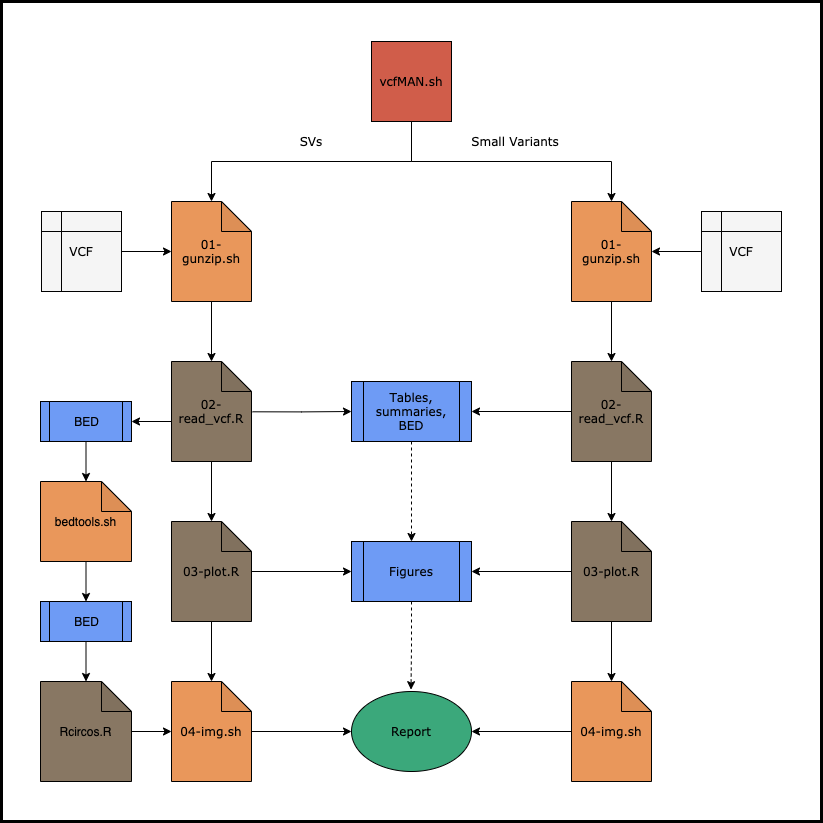
Before: example_figures/flowchart.png, a diagram exported from draw.io (mattssca/vcfMAN). Source tidied: cells renumbered, new cells last; positions are measured from the earlier drawing's top-left corner, leaving out a move shared by most shapes. The source it was exported from:
```xml
<mxGraphModel>
  <root>
    <mxCell id="0" />
    <mxCell id="1" parent="0" />
    <mxCell id="2" style="edgeStyle=orthogonalEdgeStyle;rounded=0;jettySize=auto;html=1;exitX=0.5;exitY=1;exitDx=0;exitDy=0;exitPerimeter=0;entryX=0.5;entryY=0;entryDx=0;entryDy=0;entryPerimeter=0;fontFamily=Verdana;" parent="1" edge="1" source="3" target="11">
      <mxGeometry relative="1" as="geometry" />
    </mxCell>
    <mxCell id="3" value="01-gunzip.sh" style="shape=note;whiteSpace=wrap;html=1;backgroundOutline=1;darkOpacity=0.05;fillColor=#e9975b;fontFamily=Verdana;" parent="1" vertex="1">
      <mxGeometry x="170" y="200" width="80" height="100" as="geometry" />
    </mxCell>
    <mxCell id="4" style="edgeStyle=orthogonalEdgeStyle;rounded=0;jettySize=auto;html=1;exitX=0.5;exitY=1;exitDx=0;exitDy=0;exitPerimeter=0;entryX=0.5;entryY=0;entryDx=0;entryDy=0;entryPerimeter=0;fontFamily=Verdana;" parent="1" edge="1" source="5" target="14">
      <mxGeometry relative="1" as="geometry" />
    </mxCell>
    <mxCell id="5" value="01-gunzip.sh" style="shape=note;whiteSpace=wrap;html=1;backgroundOutline=1;darkOpacity=0.05;fillColor=#e9975b;fontFamily=Verdana;" parent="1" vertex="1">
      <mxGeometry x="570" y="200" width="80" height="100" as="geometry" />
    </mxCell>
    <mxCell id="6" value="SVs" style="text;html=1;strokeColor=none;fillColor=none;align=center;verticalAlign=middle;whiteSpace=wrap;rounded=0;fontFamily=Verdana;" parent="1" vertex="1">
      <mxGeometry x="290" y="130" width="40" height="20" as="geometry" />
    </mxCell>
    <mxCell id="7" value="Small Variants" style="text;html=1;strokeColor=none;fillColor=none;align=center;verticalAlign=middle;whiteSpace=wrap;rounded=0;fontFamily=Verdana;" parent="1" vertex="1">
      <mxGeometry x="464" y="130" width="100" height="20" as="geometry" />
    </mxCell>
    <mxCell id="8" style="edgeStyle=orthogonalEdgeStyle;rounded=0;jettySize=auto;html=1;exitX=0.5;exitY=1;exitDx=0;exitDy=0;exitPerimeter=0;entryX=0.5;entryY=0;entryDx=0;entryDy=0;entryPerimeter=0;fontFamily=Verdana;" parent="1" edge="1" source="11" target="17">
      <mxGeometry relative="1" as="geometry" />
    </mxCell>
    <mxCell id="9" style="edgeStyle=orthogonalEdgeStyle;rounded=0;jettySize=auto;html=1;exitX=1.013;exitY=0.503;exitDx=0;exitDy=0;exitPerimeter=0;entryX=0;entryY=0.5;entryDx=0;entryDy=0;fontFamily=Verdana;" parent="1" edge="1" source="11" target="22">
      <mxGeometry relative="1" as="geometry" />
    </mxCell>
    <mxCell id="10" style="edgeStyle=orthogonalEdgeStyle;rounded=0;jettySize=auto;html=1;exitX=0;exitY=0.5;exitDx=0;exitDy=0;exitPerimeter=0;entryX=1;entryY=0.5;entryDx=0;entryDy=0;" parent="1" edge="1" source="11" target="38">
      <mxGeometry relative="1" as="geometry">
        <Array as="points">
          <mxPoint x="170" y="420" />
        </Array>
      </mxGeometry>
    </mxCell>
    <mxCell id="11" value="02-read_vcf.R" style="shape=note;whiteSpace=wrap;html=1;backgroundOutline=1;darkOpacity=0.05;fillColor=#887763;fontFamily=Verdana;" parent="1" vertex="1">
      <mxGeometry x="170" y="360" width="80" height="100" as="geometry" />
    </mxCell>
    <mxCell id="12" style="edgeStyle=orthogonalEdgeStyle;rounded=0;jettySize=auto;html=1;exitX=0.5;exitY=1;exitDx=0;exitDy=0;exitPerimeter=0;entryX=0.5;entryY=0;entryDx=0;entryDy=0;entryPerimeter=0;fontFamily=Verdana;" parent="1" edge="1" source="14" target="20">
      <mxGeometry relative="1" as="geometry" />
    </mxCell>
    <mxCell id="13" style="edgeStyle=orthogonalEdgeStyle;rounded=0;jettySize=auto;html=1;exitX=0;exitY=0.5;exitDx=0;exitDy=0;exitPerimeter=0;entryX=1;entryY=0.5;entryDx=0;entryDy=0;fontFamily=Verdana;" parent="1" edge="1" source="14" target="22">
      <mxGeometry relative="1" as="geometry" />
    </mxCell>
    <mxCell id="14" value="02-read_vcf.R" style="shape=note;whiteSpace=wrap;html=1;backgroundOutline=1;darkOpacity=0.05;fillColor=#887763;fontFamily=Verdana;" parent="1" vertex="1">
      <mxGeometry x="570" y="360" width="80" height="100" as="geometry" />
    </mxCell>
    <mxCell id="15" style="edgeStyle=orthogonalEdgeStyle;rounded=0;jettySize=auto;html=1;exitX=1;exitY=0.5;exitDx=0;exitDy=0;exitPerimeter=0;entryX=0;entryY=0.5;entryDx=0;entryDy=0;fontFamily=Verdana;" parent="1" edge="1" source="17" target="24">
      <mxGeometry relative="1" as="geometry" />
    </mxCell>
    <mxCell id="16" style="edgeStyle=orthogonalEdgeStyle;rounded=0;jettySize=auto;html=1;exitX=0.5;exitY=1;exitDx=0;exitDy=0;exitPerimeter=0;entryX=0.5;entryY=0;entryDx=0;entryDy=0;entryPerimeter=0;fontFamily=Verdana;" parent="1" edge="1" source="17" target="34">
      <mxGeometry relative="1" as="geometry" />
    </mxCell>
    <mxCell id="17" value="03-plot.R" style="shape=note;whiteSpace=wrap;html=1;backgroundOutline=1;darkOpacity=0.05;fillColor=#887763;fontFamily=Verdana;" parent="1" vertex="1">
      <mxGeometry x="170" y="520" width="80" height="100" as="geometry" />
    </mxCell>
    <mxCell id="18" style="edgeStyle=orthogonalEdgeStyle;rounded=0;jettySize=auto;html=1;exitX=0;exitY=0.5;exitDx=0;exitDy=0;exitPerimeter=0;entryX=1;entryY=0.5;entryDx=0;entryDy=0;fontFamily=Verdana;" parent="1" edge="1" source="20" target="24">
      <mxGeometry relative="1" as="geometry" />
    </mxCell>
    <mxCell id="19" style="edgeStyle=orthogonalEdgeStyle;rounded=0;jettySize=auto;html=1;exitX=0.5;exitY=1;exitDx=0;exitDy=0;exitPerimeter=0;entryX=0.5;entryY=0;entryDx=0;entryDy=0;entryPerimeter=0;fontFamily=Verdana;fontColor=#000000;" parent="1" edge="1" source="20" target="36">
      <mxGeometry relative="1" as="geometry" />
    </mxCell>
    <mxCell id="20" value="03-plot.R" style="shape=note;whiteSpace=wrap;html=1;backgroundOutline=1;darkOpacity=0.05;fillColor=#887763;fontFamily=Verdana;" parent="1" vertex="1">
      <mxGeometry x="570" y="520" width="80" height="100" as="geometry" />
    </mxCell>
    <mxCell id="21" style="edgeStyle=orthogonalEdgeStyle;rounded=0;jettySize=auto;html=1;exitX=0.5;exitY=1;exitDx=0;exitDy=0;entryX=0.5;entryY=0;entryDx=0;entryDy=0;dashed=1;fontFamily=Verdana;" parent="1" edge="1" source="22" target="24">
      <mxGeometry relative="1" as="geometry" />
    </mxCell>
    <mxCell id="22" value="Tables, summaries, BED" style="shape=process;whiteSpace=wrap;html=1;backgroundOutline=1;fillColor=#6E9BF5;fontFamily=Verdana;" parent="1" vertex="1">
      <mxGeometry x="350" y="380" width="120" height="60" as="geometry" />
    </mxCell>
    <mxCell id="23" style="edgeStyle=orthogonalEdgeStyle;rounded=0;jettySize=auto;html=1;exitX=0.5;exitY=1;exitDx=0;exitDy=0;entryX=0.496;entryY=-0.023;entryDx=0;entryDy=0;entryPerimeter=0;dashed=1;fontFamily=Verdana;" parent="1" edge="1" source="24" target="25">
      <mxGeometry relative="1" as="geometry" />
    </mxCell>
    <mxCell id="24" value="Figures" style="shape=process;whiteSpace=wrap;html=1;backgroundOutline=1;fillColor=#6E9BF5;fontFamily=Verdana;" parent="1" vertex="1">
      <mxGeometry x="350" y="540" width="120" height="60" as="geometry" />
    </mxCell>
    <mxCell id="25" value="Report" style="ellipse;whiteSpace=wrap;html=1;fillColor=#3BA87B;fontFamily=Verdana;" parent="1" vertex="1">
      <mxGeometry x="350" y="690" width="120" height="80" as="geometry" />
    </mxCell>
    <mxCell id="26" style="edgeStyle=orthogonalEdgeStyle;rounded=0;jettySize=auto;html=1;exitX=0.5;exitY=1;exitDx=0;exitDy=0;entryX=0.5;entryY=0;entryDx=0;entryDy=0;entryPerimeter=0;fontFamily=Verdana;" parent="1" edge="1" source="28" target="5">
      <mxGeometry relative="1" as="geometry" />
    </mxCell>
    <mxCell id="27" style="edgeStyle=orthogonalEdgeStyle;rounded=0;jettySize=auto;html=1;exitX=0.5;exitY=1;exitDx=0;exitDy=0;entryX=0.5;entryY=0;entryDx=0;entryDy=0;entryPerimeter=0;fontFamily=Verdana;" parent="1" edge="1" source="28" target="3">
      <mxGeometry relative="1" as="geometry" />
    </mxCell>
    <mxCell id="28" value="vcfMAN.sh" style="whiteSpace=wrap;html=1;fillColor=#d05d4a;fontFamily=Verdana;" parent="1" vertex="1">
      <mxGeometry x="370" y="40" width="80" height="80" as="geometry" />
    </mxCell>
    <mxCell id="29" style="edgeStyle=orthogonalEdgeStyle;rounded=0;jettySize=auto;html=1;exitX=1;exitY=0.5;exitDx=0;exitDy=0;entryX=0;entryY=0.5;entryDx=0;entryDy=0;entryPerimeter=0;fontFamily=Verdana;" parent="1" edge="1" source="30" target="3">
      <mxGeometry relative="1" as="geometry" />
    </mxCell>
    <mxCell id="30" value="VCF" style="shape=internalStorage;whiteSpace=wrap;html=1;backgroundOutline=1;fillColor=#f5f5f5;strokeColor=#000000;fontColor=#000000;fontFamily=Verdana;" parent="1" vertex="1">
      <mxGeometry x="40" y="210" width="80" height="80" as="geometry" />
    </mxCell>
    <mxCell id="31" style="edgeStyle=orthogonalEdgeStyle;rounded=0;jettySize=auto;html=1;exitX=0;exitY=0.5;exitDx=0;exitDy=0;fontFamily=Verdana;" parent="1" edge="1" source="32" target="5">
      <mxGeometry relative="1" as="geometry" />
    </mxCell>
    <mxCell id="32" value="VCF" style="shape=internalStorage;whiteSpace=wrap;html=1;backgroundOutline=1;fillColor=#f5f5f5;strokeColor=#000000;fontColor=#000000;fontFamily=Verdana;" parent="1" vertex="1">
      <mxGeometry x="700" y="210" width="80" height="80" as="geometry" />
    </mxCell>
    <mxCell id="33" style="edgeStyle=orthogonalEdgeStyle;rounded=0;jettySize=auto;html=1;exitX=0.988;exitY=0.5;exitDx=0;exitDy=0;exitPerimeter=0;entryX=0;entryY=0.5;entryDx=0;entryDy=0;fontFamily=Verdana;" parent="1" edge="1" source="34" target="25">
      <mxGeometry relative="1" as="geometry" />
    </mxCell>
    <mxCell id="34" value="04-img.sh" style="shape=note;whiteSpace=wrap;html=1;backgroundOutline=1;darkOpacity=0.05;fillColor=#e9975b;fontFamily=Verdana;" parent="1" vertex="1">
      <mxGeometry x="170" y="680" width="80" height="100" as="geometry" />
    </mxCell>
    <mxCell id="35" style="edgeStyle=orthogonalEdgeStyle;rounded=0;jettySize=auto;html=1;exitX=0;exitY=0.5;exitDx=0;exitDy=0;exitPerimeter=0;entryX=1;entryY=0.5;entryDx=0;entryDy=0;fontFamily=Verdana;" parent="1" edge="1" source="36" target="25">
      <mxGeometry relative="1" as="geometry" />
    </mxCell>
    <mxCell id="36" value="04-img.sh" style="shape=note;whiteSpace=wrap;html=1;backgroundOutline=1;darkOpacity=0.05;fillColor=#e9975b;fontFamily=Verdana;" parent="1" vertex="1">
      <mxGeometry x="570" y="680" width="80" height="100" as="geometry" />
    </mxCell>
    <mxCell id="37" style="edgeStyle=orthogonalEdgeStyle;rounded=0;jettySize=auto;html=1;exitX=0.5;exitY=1;exitDx=0;exitDy=0;entryX=0.5;entryY=0;entryDx=0;entryDy=0;entryPerimeter=0;" parent="1" edge="1" source="38" target="40">
      <mxGeometry relative="1" as="geometry" />
    </mxCell>
    <mxCell id="38" value="BED" style="shape=process;whiteSpace=wrap;html=1;backgroundOutline=1;fillColor=#6E9BF5;" parent="1" vertex="1">
      <mxGeometry x="39" y="400" width="91" height="40" as="geometry" />
    </mxCell>
    <mxCell id="39" style="edgeStyle=orthogonalEdgeStyle;rounded=0;jettySize=auto;html=1;exitX=0.5;exitY=1;exitDx=0;exitDy=0;exitPerimeter=0;entryX=0.5;entryY=0;entryDx=0;entryDy=0;" parent="1" edge="1" source="40" target="44">
      <mxGeometry relative="1" as="geometry" />
    </mxCell>
    <mxCell id="40" value="bedtools.sh" style="shape=note;whiteSpace=wrap;html=1;backgroundOutline=1;darkOpacity=0.05;fillColor=#E9975B;" parent="1" vertex="1">
      <mxGeometry x="39" y="480" width="91" height="80" as="geometry" />
    </mxCell>
    <mxCell id="41" style="edgeStyle=orthogonalEdgeStyle;rounded=0;jettySize=auto;html=1;exitX=0;exitY=0;exitDx=80;exitDy=65;exitPerimeter=0;entryX=0;entryY=0.5;entryDx=0;entryDy=0;entryPerimeter=0;" parent="1" edge="1" source="42" target="34">
      <mxGeometry relative="1" as="geometry">
        <Array as="points">
          <mxPoint x="130" y="730" />
        </Array>
      </mxGeometry>
    </mxCell>
    <mxCell id="42" value="Rcircos.R" style="shape=note;whiteSpace=wrap;html=1;backgroundOutline=1;darkOpacity=0.05;fillColor=#887763;" parent="1" vertex="1">
      <mxGeometry x="39" y="680" width="91" height="100" as="geometry" />
    </mxCell>
    <mxCell id="43" style="edgeStyle=orthogonalEdgeStyle;rounded=0;jettySize=auto;html=1;exitX=0.5;exitY=1;exitDx=0;exitDy=0;entryX=0.5;entryY=0;entryDx=0;entryDy=0;entryPerimeter=0;" parent="1" edge="1" source="44" target="42">
      <mxGeometry relative="1" as="geometry" />
    </mxCell>
    <mxCell id="44" value="BED" style="shape=process;whiteSpace=wrap;html=1;backgroundOutline=1;fillColor=#6E9BF5;" parent="1" vertex="1">
      <mxGeometry x="39" y="600" width="91" height="40" as="geometry" />
    </mxCell>
    <mxCell id="45" style="whiteSpace=wrap;html=1;strokeWidth=3;fillColor=none;" parent="1" vertex="1">
      <mxGeometry width="820" height="820" as="geometry" />
    </mxCell>
  </root>
</mxGraphModel>
```
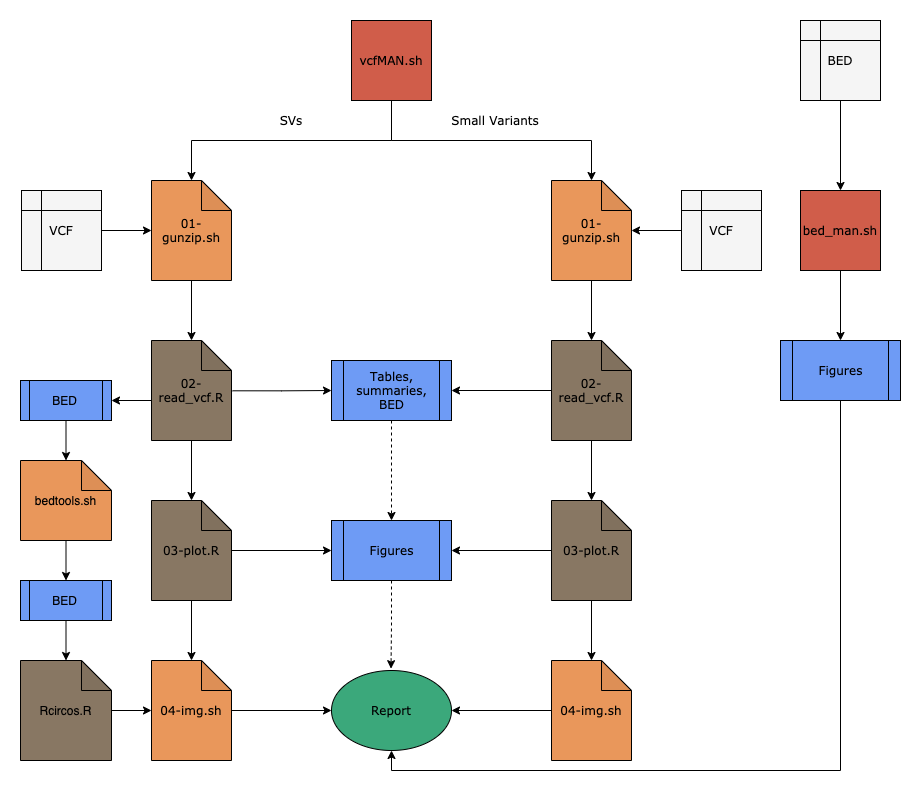
Above is the later version.

What changed in the source:
```diff
@@ -139,8 +139,23 @@
     <mxCell id="44" value="BED" style="shape=process;whiteSpace=wrap;html=1;backgroundOutline=1;fillColor=#6E9BF5;" parent="1" vertex="1">
       <mxGeometry x="39" y="600" width="91" height="40" as="geometry" />
     </mxCell>
-    <mxCell id="45" style="whiteSpace=wrap;html=1;strokeWidth=3;fillColor=none;" parent="1" vertex="1">
-      <mxGeometry width="820" height="820" as="geometry" />
-    </mxCell>
+    <mxCell id="46" style="edgeStyle=orthogonalEdgeStyle;rounded=0;jettySize=auto;html=1;exitX=0.5;exitY=1;exitDx=0;exitDy=0;entryX=0.5;entryY=0;entryDx=0;entryDy=0;" parent="1" edge="1" source="47" target="51">
+      <mxGeometry relative="1" as="geometry" />
+    </mxCell>
+    <mxCell id="47" value="bed_man.sh" style="whiteSpace=wrap;html=1;fillColor=#d05d4a;fontFamily=Verdana;" parent="1" vertex="1">
+      <mxGeometry x="819" y="210" width="80" height="80" as="geometry" />
+    </mxCell>
+    <mxCell id="48" style="edgeStyle=orthogonalEdgeStyle;rounded=0;jettySize=auto;html=1;exitX=0.5;exitY=1;exitDx=0;exitDy=0;entryX=0.5;entryY=0;entryDx=0;entryDy=0;" parent="1" edge="1" source="49" target="47">
+      <mxGeometry relative="1" as="geometry" />
+    </mxCell>
+    <mxCell id="49" value="BED" style="shape=internalStorage;whiteSpace=wrap;html=1;backgroundOutline=1;fillColor=#f5f5f5;strokeColor=#000000;fontColor=#000000;fontFamily=Verdana;" parent="1" vertex="1">
+      <mxGeometry x="819" y="40" width="80" height="80" as="geometry" />
+    </mxCell>
+    <mxCell id="50" style="edgeStyle=orthogonalEdgeStyle;rounded=0;jettySize=auto;html=1;exitX=0.5;exitY=1;exitDx=0;exitDy=0;entryX=0.5;entryY=1;entryDx=0;entryDy=0;" parent="1" edge="1" source="51" target="25">
+      <mxGeometry relative="1" as="geometry" />
+    </mxCell>
+    <mxCell id="51" value="Figures" style="shape=process;whiteSpace=wrap;html=1;backgroundOutline=1;fillColor=#6E9BF5;fontFamily=Verdana;" parent="1" vertex="1">
+      <mxGeometry x="799" y="360" width="120" height="60" as="geometry" />
+    </mxCell>
   </root>
 </mxGraphModel>
```
